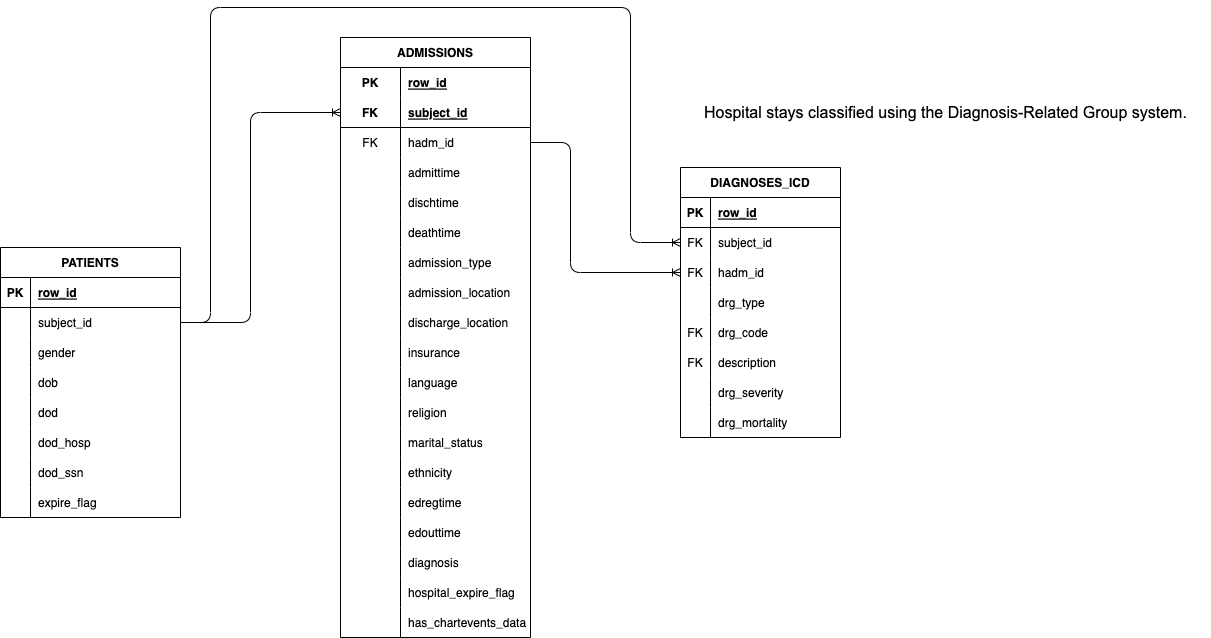
The draw.io diagram drawings/mimic3/mimic3_drgcodes.drawio.png in a4lamber/aws-s3, before a commit. Source tidied: cells renumbered, new cells last; positions are measured from the earlier drawing's top-left corner, leaving out a move shared by most shapes.
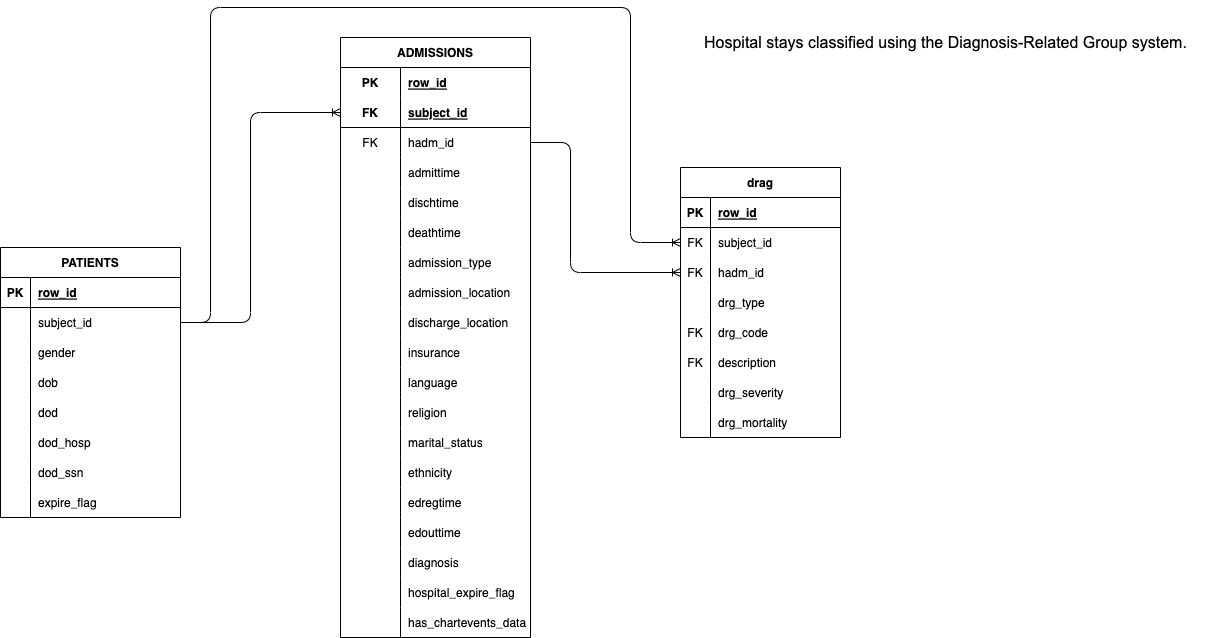
The same diagram one commit later.

Change to the diagram source:
```diff
@@ -2,7 +2,7 @@
   <root>
     <mxCell id="0" />
     <mxCell id="1" parent="0" />
-    <mxCell id="2" value="DIAGNOSES_ICD" style="shape=table;startSize=30;rowLines=0;fontStyle=1;align=center;" parent="1" vertex="1">
+    <mxCell id="2" value="drag" style="shape=table;startSize=30;rowLines=0;fontStyle=1;align=center;" parent="1" vertex="1">
       <mxGeometry x="680" y="160" width="160" height="270" as="geometry" />
     </mxCell>
     <mxCell id="3" style="shape=tableRow;horizontal=0;startSize=0;swimlaneHead=0;swimlaneBody=0;fillColor=none;top=0;left=0;right=0;bottom=1;" parent="2" vertex="1">
@@ -368,7 +368,7 @@
       </mxGeometry>
     </mxCell>
     <mxCell id="113" value="&lt;table style=&quot;border-style: none; margin: 0px; font-family: arial, geneva, helvetica, lucida, sans-serif; font-size: medium; text-align: start;&quot; cellpadding=&quot;0&quot; border=&quot;0&quot; width=&quot;100%&quot;&gt;&lt;tbody&gt;&lt;tr&gt;&lt;td style=&quot;background: transparent; padding: 8px 0px;&quot; valign=&quot;middle&quot; class=&quot;heading&quot;&gt;&lt;div style=&quot;padding: 0px 4px;&quot;&gt;&lt;table style=&quot;border-style: none; margin: 0px;&quot; cellpadding=&quot;0&quot; border=&quot;0&quot; width=&quot;100%&quot;&gt;&lt;tbody&gt;&lt;tr&gt;&lt;td style=&quot;background: transparent; padding: 8px 0px;&quot; valign=&quot;middle&quot; class=&quot;heading&quot;&gt;&lt;div style=&quot;padding: 0px 4px;&quot;&gt;Hospital stays classified using the Diagnosis-Related Group system.&lt;/div&gt;&lt;p&gt;&lt;/p&gt;&lt;/td&gt;&lt;/tr&gt;&lt;/tbody&gt;&lt;/table&gt;&lt;br&gt;&lt;/div&gt;&lt;p&gt;&lt;/p&gt;&lt;/td&gt;&lt;/tr&gt;&lt;/tbody&gt;&lt;/table&gt;" style="text;html=1;align=center;verticalAlign=middle;strokeColor=none;fillColor=none;" parent="1" vertex="1">
-      <mxGeometry x="680" y="70" width="530" height="120" as="geometry" />
+      <mxGeometry x="680" width="530" height="120" as="geometry" />
     </mxCell>
   </root>
 </mxGraphModel>
```
